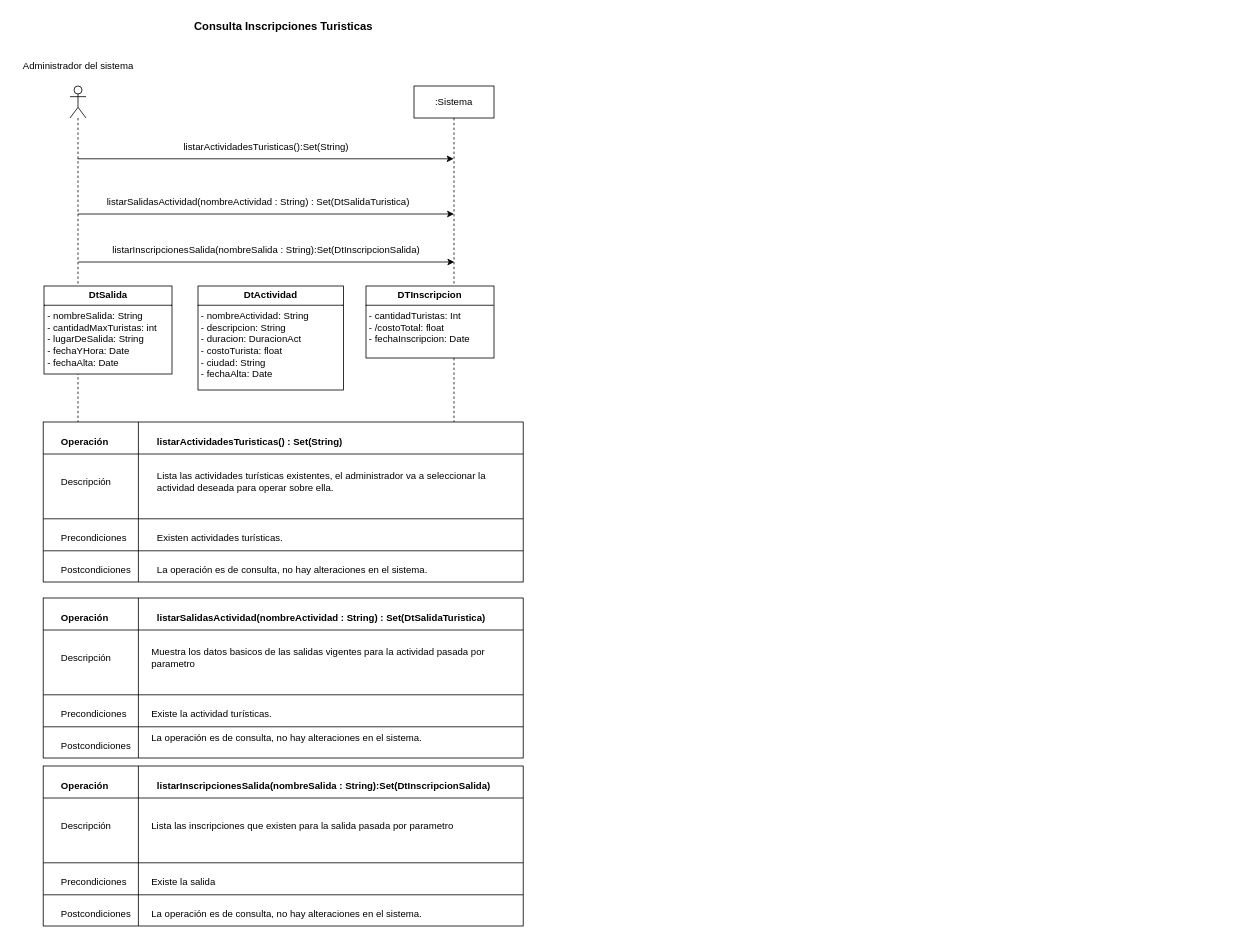
Before: page "CU9_ConsultaInscripcionesTuristicas" (10 of 12) of resources/Tarea1.drawio in rofernandezm/Tencnoinf_Pap2025_Tarea1, a draw.io diagram. Source tidied: cells renumbered, new cells numbered last; positions are measured from the earlier drawing's top-left corner, leaving out a move shared by most shapes. Both pictures are drawn from the tidied source at 80%, with x=0, y=0 at pixel (14, 14).
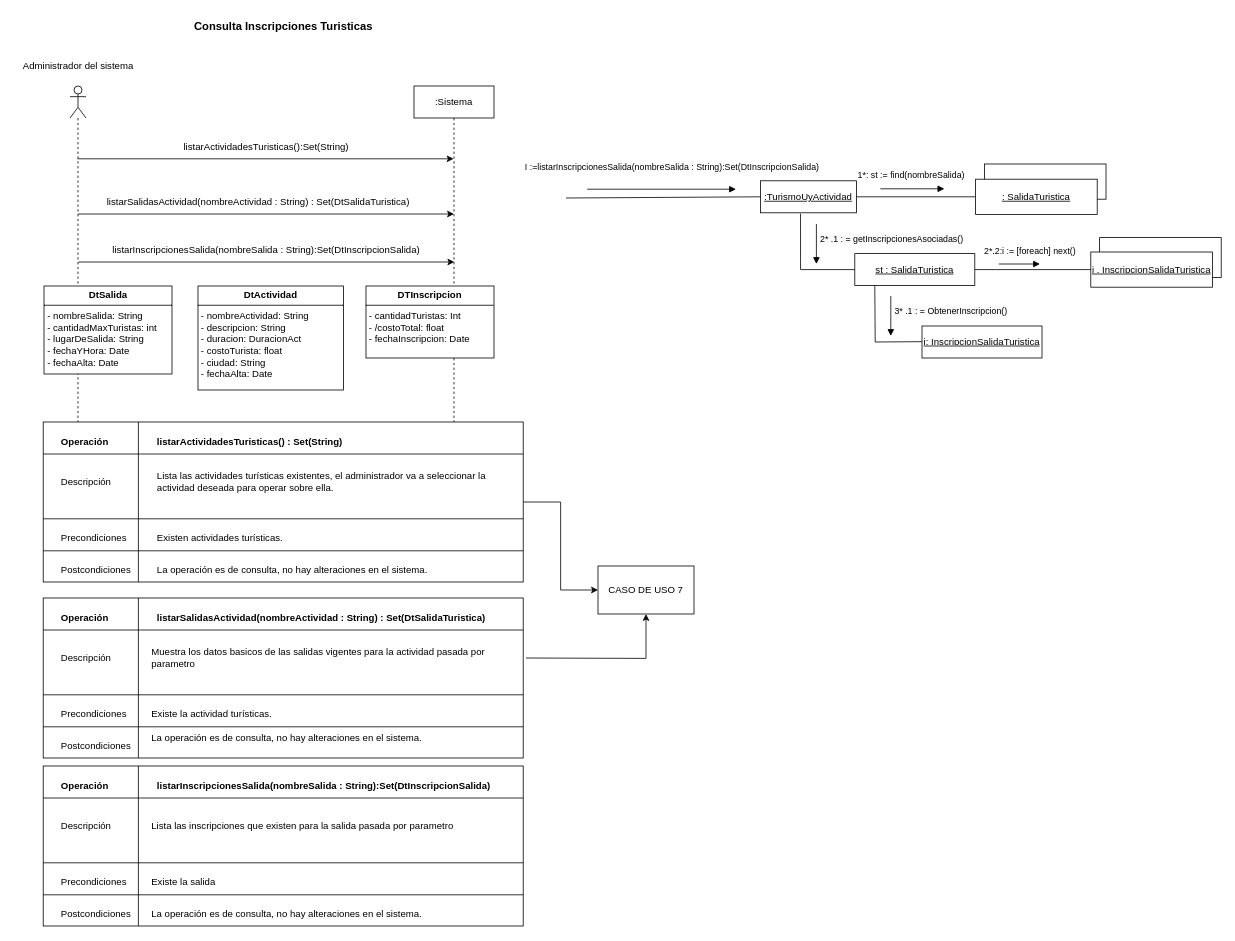
After the change.

The change refers to these unchanged cells:
```xml
<mxCell id="15" style="rounded=0;whiteSpace=wrap;html=1;" parent="1" vertex="1">
  <mxGeometry x="36.5" y="510" width="600" height="200" as="geometry" />
</mxCell>
```

Change to the diagram source:
```diff
@@
+    <mxCell id="54" style="edgeStyle=orthogonalEdgeStyle;rounded=0;jettySize=auto;html=1;" parent="1" edge="1" source="15" target="76">
+      <mxGeometry relative="1" as="geometry" />
+    </mxCell>
@@
+    <mxCell id="55" style="edgeStyle=orthogonalEdgeStyle;rounded=0;jettySize=auto;html=1;entryX=0.5;entryY=1;entryDx=0;entryDy=0;" parent="1" edge="1" target="76">
+      <mxGeometry relative="1" as="geometry">
+        <mxPoint x="640" y="805" as="sourcePoint" />
+      </mxGeometry>
+    </mxCell>
@@
+    <mxCell id="56" value="&lt;u&gt;:TurismoUyActividad&lt;/u&gt;" style="html=1;whiteSpace=wrap;" parent="1" vertex="1">
+      <mxGeometry x="933" y="208.5" width="120" height="40" as="geometry" />
+    </mxCell>
+    <mxCell id="57" style="html=1;verticalAlign=bottom;labelBackgroundColor=none;endArrow=none;endFill=0;endSize=6;align=left;rounded=0;entryX=0;entryY=0.5;entryDx=0;entryDy=0;" parent="1" edge="1" target="56">
+      <mxGeometry x="-1" y="16" relative="1" as="geometry">
+        <mxPoint x="690" y="230" as="sourcePoint" />
+      </mxGeometry>
+    </mxCell>
+    <mxCell id="58" style="html=1;verticalAlign=bottom;labelBackgroundColor=none;endArrow=block;endFill=1;endSize=6;align=left;rounded=0;" parent="1" edge="1">
+      <mxGeometry x="-1" relative="1" as="geometry">
+        <mxPoint x="716.5" y="219" as="sourcePoint" />
+        <mxPoint x="902.5" y="219" as="targetPoint" />
+      </mxGeometry>
+    </mxCell>
+    <mxCell id="59" value="1*: st := find(nombreSalida)" style="html=1;verticalAlign=bottom;labelBackgroundColor=none;endArrow=none;endFill=0;endSize=6;align=left;rounded=0;exitX=1;exitY=0.5;exitDx=0;exitDy=0;entryX=0;entryY=0.5;entryDx=0;entryDy=0;" parent="1" edge="1" source="56" target="63">
+      <mxGeometry x="-1" y="19" relative="1" as="geometry" />
+    </mxCell>
+    <mxCell id="60" style="html=1;verticalAlign=bottom;labelBackgroundColor=none;endArrow=block;endFill=1;endSize=6;align=left;rounded=0;" parent="1" edge="1">
+      <mxGeometry x="-1" relative="1" as="geometry">
+        <mxPoint x="1083" y="218.5" as="sourcePoint" />
+        <mxPoint x="1163" y="218.5" as="targetPoint" />
+      </mxGeometry>
+    </mxCell>
+    <mxCell id="61" value="&lt;div style=&quot;&quot;&gt;&lt;span style=&quot;background-color: transparent; color: light-dark(rgb(0, 0, 0), rgb(255, 255, 255)); text-wrap-mode: nowrap; font-size: 11px;&quot;&gt;I :=&lt;/span&gt;&lt;span style=&quot;background-color: transparent; font-size: 11px; text-wrap-mode: nowrap;&quot;&gt;listarInscripcionesSalida(nombreSalida : String):Set(DtInscripcionSalida)&lt;/span&gt;&lt;/div&gt;" style="text;html=1;align=left;verticalAlign=middle;whiteSpace=wrap;rounded=0;" parent="1" vertex="1">
+      <mxGeometry x="636.5" y="176.5" width="346" height="30" as="geometry" />
+    </mxCell>
+    <mxCell id="62" style="html=1;whiteSpace=wrap;" parent="1" vertex="1">
+      <mxGeometry x="1213" y="187.5" width="152" height="44" as="geometry" />
+    </mxCell>
+    <mxCell id="63" value="&lt;div&gt;&lt;u&gt;: SalidaTuristica&lt;/u&gt;&lt;/div&gt;" style="html=1;whiteSpace=wrap;" parent="1" vertex="1">
+      <mxGeometry x="1202" y="206.5" width="152" height="44" as="geometry" />
+    </mxCell>
+    <mxCell id="64" value="&lt;u&gt;st : SalidaTuristica&lt;/u&gt;" style="html=1;whiteSpace=wrap;" parent="1" vertex="1">
+      <mxGeometry x="1051" y="299.5" width="150" height="40" as="geometry" />
+    </mxCell>
+    <mxCell id="65" style="endArrow=none;html=1;rounded=0;entryX=0.418;entryY=1.025;entryDx=0;entryDy=0;exitX=0;exitY=0.5;exitDx=0;exitDy=0;edgeStyle=orthogonalEdgeStyle;entryPerimeter=0;" parent="1" edge="1" source="64" target="56">
+      <mxGeometry relative="1" as="geometry" />
+    </mxCell>
+    <mxCell id="66" value="&lt;span style=&quot;font-size: 11px; text-wrap-mode: nowrap; background-color: rgb(251, 251, 251);&quot;&gt;2* .1 : = getInscripcionesAsociadas()&lt;/span&gt;" style="text;whiteSpace=wrap;html=1;" parent="1" vertex="1">
+      <mxGeometry x="1006" y="267.5" width="120" height="50" as="geometry" />
+    </mxCell>
+    <mxCell id="67" style="html=1;verticalAlign=bottom;labelBackgroundColor=none;endArrow=block;endFill=1;endSize=6;align=left;rounded=0;" parent="1" edge="1">
+      <mxGeometry x="-1" relative="1" as="geometry">
+        <mxPoint x="1003" y="262.5" as="sourcePoint" />
+        <mxPoint x="1003" y="312.5" as="targetPoint" />
+      </mxGeometry>
+    </mxCell>
+    <mxCell id="68" value="&lt;div&gt;2*.2:i :=&amp;nbsp;&lt;span style=&quot;background-color: initial;&quot;&gt;[foreach] next()&lt;/span&gt;&lt;span style=&quot;background-color: initial;&quot;&gt;&amp;nbsp;&lt;/span&gt;&lt;/div&gt;" style="html=1;verticalAlign=bottom;labelBackgroundColor=none;endArrow=none;endFill=0;endSize=6;align=left;rounded=0;exitX=0.5;exitY=1;exitDx=0;exitDy=0;" parent="1" edge="1">
+      <mxGeometry x="-0.87" y="14" relative="1" as="geometry">
+        <mxPoint x="1201" y="319.5" as="sourcePoint" />
+        <mxPoint x="1351" y="319.5" as="targetPoint" />
+      </mxGeometry>
+    </mxCell>
+    <mxCell id="69" style="html=1;verticalAlign=bottom;labelBackgroundColor=none;endArrow=block;endFill=1;endSize=6;align=left;rounded=0;" parent="1" edge="1">
+      <mxGeometry x="-1" relative="1" as="geometry">
+        <mxPoint x="1231" y="312.5" as="sourcePoint" />
+        <mxPoint x="1282.5" y="312.5" as="targetPoint" />
+      </mxGeometry>
+    </mxCell>
+    <mxCell id="70" style="html=1;whiteSpace=wrap;" parent="1" vertex="1">
+      <mxGeometry x="1357" y="279.5" width="152" height="50" as="geometry" />
+    </mxCell>
+    <mxCell id="71" value="&lt;u&gt;i . InscripcionSalidaTuristica&lt;/u&gt;" style="html=1;whiteSpace=wrap;" parent="1" vertex="1">
+      <mxGeometry x="1346" y="297.5" width="152" height="44" as="geometry" />
+    </mxCell>
+    <mxCell id="72" style="endArrow=none;html=1;rounded=0;entryX=0.418;entryY=1.025;entryDx=0;entryDy=0;exitX=0;exitY=0.5;exitDx=0;exitDy=0;edgeStyle=orthogonalEdgeStyle;entryPerimeter=0;" parent="1" edge="1">
+      <mxGeometry relative="1" as="geometry">
+        <mxPoint x="1144" y="409.5" as="sourcePoint" />
+        <mxPoint x="1076" y="339.5" as="targetPoint" />
+      </mxGeometry>
+    </mxCell>
+    <mxCell id="73" value="&lt;span style=&quot;font-size: 11px; text-wrap-mode: nowrap; background-color: rgb(251, 251, 251);&quot;&gt;3* .1 : = ObtenerInscripcion()&lt;/span&gt;" style="text;whiteSpace=wrap;html=1;" parent="1" vertex="1">
+      <mxGeometry x="1099" y="357.5" width="120" height="50" as="geometry" />
+    </mxCell>
+    <mxCell id="74" style="html=1;verticalAlign=bottom;labelBackgroundColor=none;endArrow=block;endFill=1;endSize=6;align=left;rounded=0;" parent="1" edge="1">
+      <mxGeometry x="-1" relative="1" as="geometry">
+        <mxPoint x="1096" y="352.5" as="sourcePoint" />
+        <mxPoint x="1096" y="402.5" as="targetPoint" />
+      </mxGeometry>
+    </mxCell>
+    <mxCell id="75" value="&lt;u&gt;i:&amp;nbsp;InscripcionSalidaTuristica&lt;/u&gt;" style="html=1;whiteSpace=wrap;" parent="1" vertex="1">
+      <mxGeometry x="1135" y="390" width="150" height="40" as="geometry" />
+    </mxCell>
+    <mxCell id="76" value="CASO DE USO 7" style="whiteSpace=wrap;html=1;" parent="1" vertex="1">
+      <mxGeometry x="730" y="690" width="120" height="60" as="geometry" />
+    </mxCell>
```
